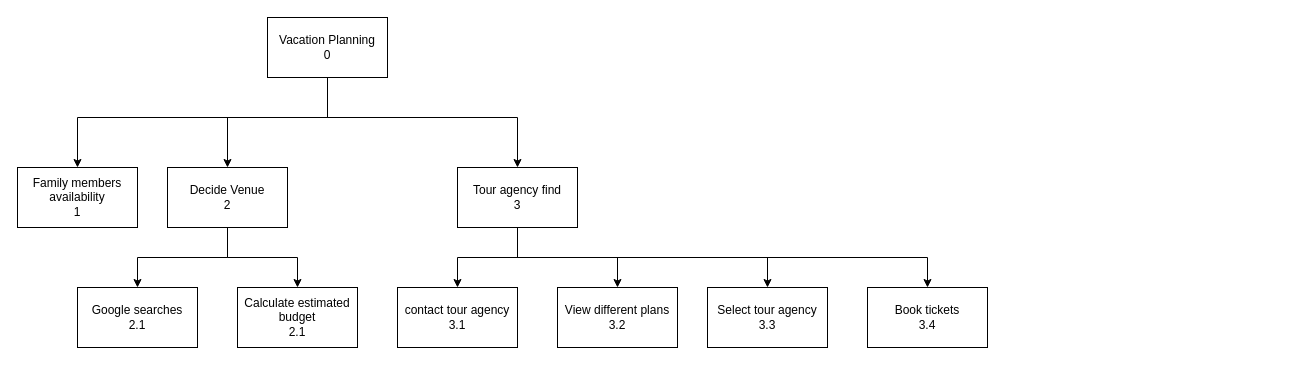
Above: hci.drawio in HaseebSheikh417/haseebsheikh417 (draw.io), before the change. Source tidied: cells renumbered, new cells numbered last; positions are measured from the earlier drawing's top-left corner, leaving out a move shared by most shapes. Both pictures are drawn from the tidied source at 100%, with x=0, y=0 at pixel (17, 17).
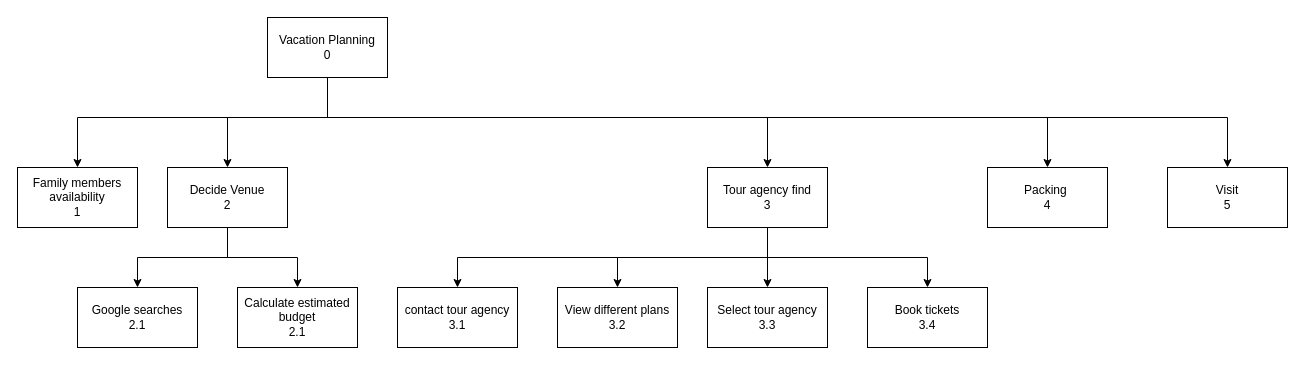
After the change.

The change refers to these unchanged cells:
```xml
<mxCell id="5" value="Vacation Planning&lt;br&gt;0" style="rounded=0;whiteSpace=wrap;html=1;" parent="1" vertex="1">
  <mxGeometry x="250" width="120" height="60" as="geometry" />
</mxCell>
<mxCell id="17" value="contact tour agency&lt;br&gt;3.1" style="rounded=0;whiteSpace=wrap;html=1;" parent="1" vertex="1">
  <mxGeometry x="380" y="270" width="120" height="60" as="geometry" />
</mxCell>
<mxCell id="18" value="View different plans&lt;br&gt;3.2" style="rounded=0;whiteSpace=wrap;html=1;" parent="1" vertex="1">
  <mxGeometry x="540" y="270" width="120" height="60" as="geometry" />
</mxCell>
<mxCell id="19" value="Select tour agency&lt;br&gt;3.3" style="rounded=0;whiteSpace=wrap;html=1;" parent="1" vertex="1">
  <mxGeometry x="690" y="270" width="120" height="60" as="geometry" />
</mxCell>
<mxCell id="20" value="Book tickets&lt;br&gt;3.4" style="rounded=0;whiteSpace=wrap;html=1;" parent="1" vertex="1">
  <mxGeometry x="850" y="270" width="120" height="60" as="geometry" />
</mxCell>
```

Change to the diagram source:
```diff
@@
     <mxCell id="3" style="edgeStyle=orthogonalEdgeStyle;rounded=0;jettySize=auto;html=1;" parent="1" edge="1" source="5" target="15">
       <mxGeometry relative="1" as="geometry">
         <Array as="points">
           <mxPoint x="310" y="100" />
-          <mxPoint x="500" y="100" />
+          <mxPoint x="750" y="100" />
         </Array>
       </mxGeometry>
     </mxCell>
@@
+    <mxCell id="21" style="edgeStyle=orthogonalEdgeStyle;rounded=0;jettySize=auto;html=1;" parent="1" edge="1" source="5" target="23">
+      <mxGeometry relative="1" as="geometry">
+        <Array as="points">
+          <mxPoint x="310" y="100" />
+          <mxPoint x="1030" y="100" />
+        </Array>
+      </mxGeometry>
+    </mxCell>
+    <mxCell id="22" style="edgeStyle=orthogonalEdgeStyle;rounded=0;jettySize=auto;html=1;" parent="1" edge="1" source="5" target="24">
+      <mxGeometry relative="1" as="geometry">
+        <Array as="points">
+          <mxPoint x="310" y="100" />
+          <mxPoint x="1210" y="100" />
+        </Array>
+      </mxGeometry>
+    </mxCell>
@@
     <mxCell id="11" style="edgeStyle=orthogonalEdgeStyle;rounded=0;jettySize=auto;html=1;entryX=0.5;entryY=0;entryDx=0;entryDy=0;" parent="1" edge="1" source="15" target="17">
-      <mxGeometry relative="1" as="geometry" />
+      <mxGeometry relative="1" as="geometry">
+        <Array as="points">
+          <mxPoint x="750" y="240" />
+          <mxPoint x="440" y="240" />
+        </Array>
+      </mxGeometry>
     </mxCell>
     <mxCell id="12" style="edgeStyle=orthogonalEdgeStyle;rounded=0;jettySize=auto;html=1;" parent="1" edge="1" source="15" target="18">
-      <mxGeometry relative="1" as="geometry" />
+      <mxGeometry relative="1" as="geometry">
+        <Array as="points">
+          <mxPoint x="750" y="240" />
+          <mxPoint x="600" y="240" />
+        </Array>
+      </mxGeometry>
     </mxCell>
     <mxCell id="13" style="edgeStyle=orthogonalEdgeStyle;rounded=0;jettySize=auto;html=1;" parent="1" edge="1" source="15" target="19">
       <mxGeometry relative="1" as="geometry">
         <Array as="points">
-          <mxPoint x="500" y="240" />
+          <mxPoint x="750" y="240" />
           <mxPoint x="750" y="240" />
         </Array>
       </mxGeometry>
     </mxCell>
     <mxCell id="14" style="edgeStyle=orthogonalEdgeStyle;rounded=0;jettySize=auto;html=1;" parent="1" edge="1" source="15" target="20">
       <mxGeometry relative="1" as="geometry">
         <Array as="points">
-          <mxPoint x="500" y="240" />
+          <mxPoint x="750" y="240" />
           <mxPoint x="910" y="240" />
         </Array>
       </mxGeometry>
     </mxCell>
     <mxCell id="15" value="Tour agency find&lt;br&gt;3" style="rounded=0;whiteSpace=wrap;html=1;" parent="1" vertex="1">
-      <mxGeometry x="440" y="150" width="120" height="60" as="geometry" />
+      <mxGeometry x="690" y="150" width="120" height="60" as="geometry" />
     </mxCell>
@@
+    <mxCell id="23" value="Packing&amp;nbsp;&lt;br&gt;4" style="rounded=0;whiteSpace=wrap;html=1;" parent="1" vertex="1">
+      <mxGeometry x="970" y="150" width="120" height="60" as="geometry" />
+    </mxCell>
+    <mxCell id="24" value="Visit&lt;br&gt;5" style="rounded=0;whiteSpace=wrap;html=1;" parent="1" vertex="1">
+      <mxGeometry x="1150" y="150" width="120" height="60" as="geometry" />
+    </mxCell>
```
